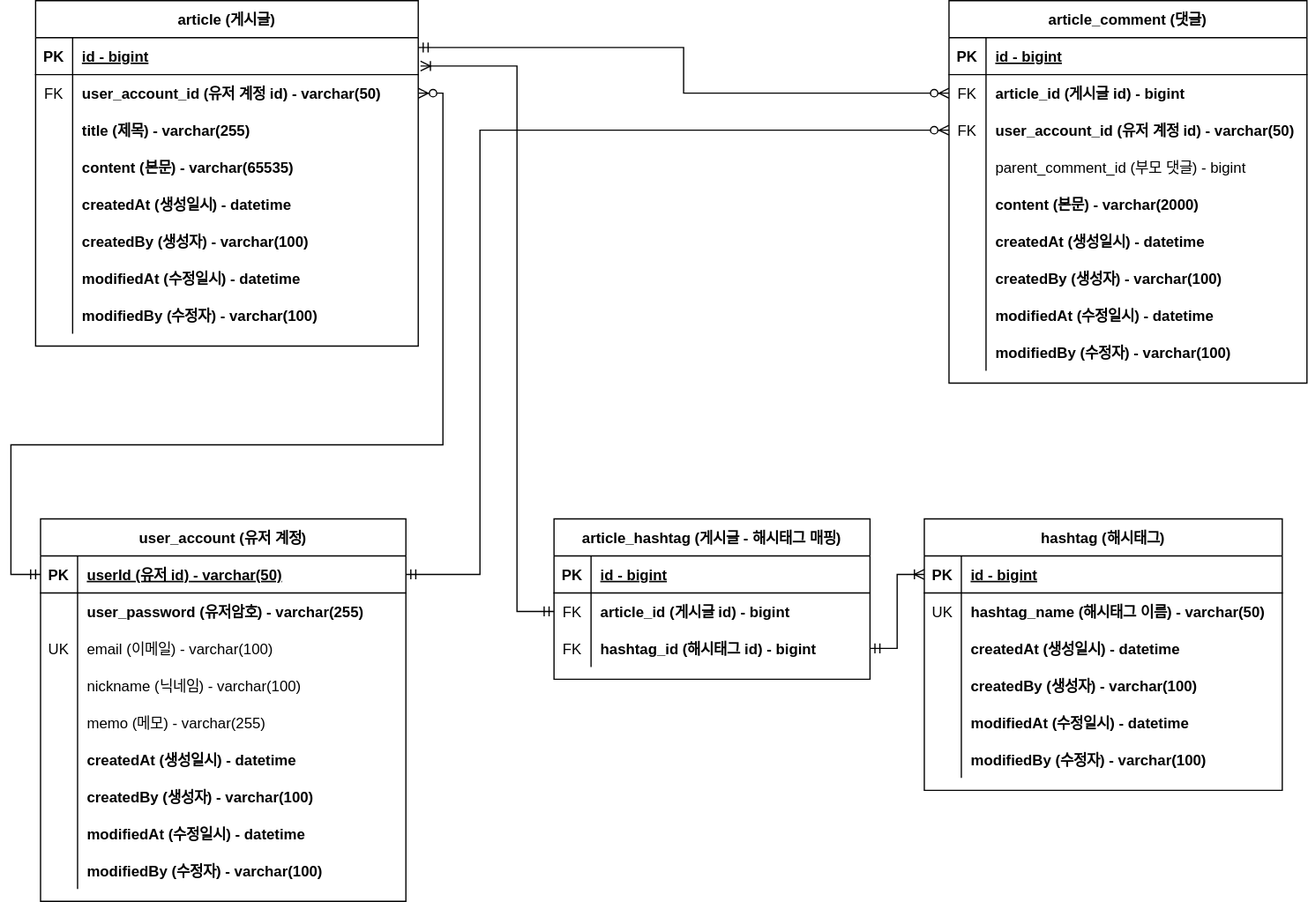
The draw.io diagram doc/project-board-erd.svg in imhungry2/fastcampus-project-board, before a commit. Source tidied: cells renumbered, new cells last; positions are measured from the earlier drawing's top-left corner, leaving out a move shared by most shapes.
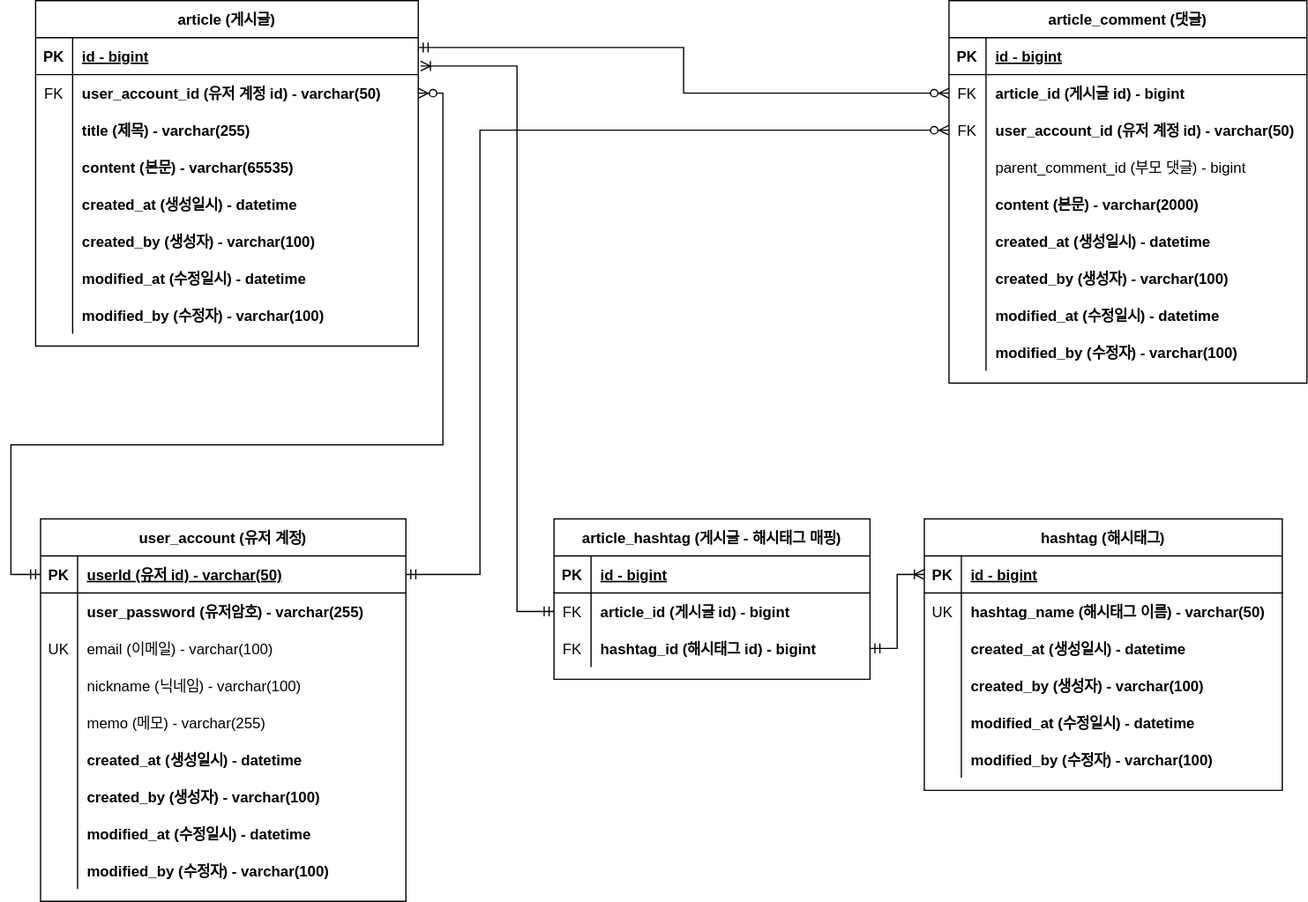
The same file after the commit.

The edit, as a diff of the source:
```diff
@@ -47,7 +47,7 @@
     <mxCell id="16" style="shape=partialRectangle;fillColor=none;top=0;left=0;bottom=0;right=0;overflow=hidden;" parent="15" vertex="1">
       <mxGeometry width="30" height="30" as="geometry" />
     </mxCell>
-    <mxCell id="17" value="createdAt (생성일시) - datetime" style="shape=partialRectangle;fillColor=none;top=0;left=0;bottom=0;right=0;align=left;spacingLeft=6;overflow=hidden;fontStyle=1;" parent="15" vertex="1">
+    <mxCell id="17" value="created_at (생성일시) - datetime" style="shape=partialRectangle;fillColor=none;top=0;left=0;bottom=0;right=0;align=left;spacingLeft=6;overflow=hidden;fontStyle=1;" parent="15" vertex="1">
       <mxGeometry x="30" width="280" height="30" as="geometry" />
     </mxCell>
     <mxCell id="18" style="shape=tableRow;horizontal=0;startSize=0;swimlaneHead=0;swimlaneBody=0;fillColor=none;top=0;left=0;right=0;bottom=0;" parent="2" vertex="1">
@@ -56,7 +56,7 @@
     <mxCell id="19" style="shape=partialRectangle;fillColor=none;top=0;left=0;bottom=0;right=0;overflow=hidden;" parent="18" vertex="1">
       <mxGeometry width="30" height="30" as="geometry" />
     </mxCell>
-    <mxCell id="20" value="createdBy (생성자) - varchar(100)" style="shape=partialRectangle;fillColor=none;top=0;left=0;bottom=0;right=0;align=left;spacingLeft=6;overflow=hidden;fontStyle=1;" parent="18" vertex="1">
+    <mxCell id="20" value="created_by (생성자) - varchar(100)" style="shape=partialRectangle;fillColor=none;top=0;left=0;bottom=0;right=0;align=left;spacingLeft=6;overflow=hidden;fontStyle=1;" parent="18" vertex="1">
       <mxGeometry x="30" width="280" height="30" as="geometry" />
     </mxCell>
     <mxCell id="21" style="shape=tableRow;horizontal=0;startSize=0;swimlaneHead=0;swimlaneBody=0;fillColor=none;top=0;left=0;right=0;bottom=0;" parent="2" vertex="1">
@@ -65,7 +65,7 @@
     <mxCell id="22" style="shape=partialRectangle;fillColor=none;top=0;left=0;bottom=0;right=0;overflow=hidden;" parent="21" vertex="1">
       <mxGeometry width="30" height="30" as="geometry" />
     </mxCell>
-    <mxCell id="23" value="modifiedAt (수정일시) - datetime" style="shape=partialRectangle;fillColor=none;top=0;left=0;bottom=0;right=0;align=left;spacingLeft=6;overflow=hidden;fontStyle=1;" parent="21" vertex="1">
+    <mxCell id="23" value="modified_at (수정일시) - datetime" style="shape=partialRectangle;fillColor=none;top=0;left=0;bottom=0;right=0;align=left;spacingLeft=6;overflow=hidden;fontStyle=1;" parent="21" vertex="1">
       <mxGeometry x="30" width="280" height="30" as="geometry" />
     </mxCell>
     <mxCell id="24" style="shape=tableRow;horizontal=0;startSize=0;swimlaneHead=0;swimlaneBody=0;fillColor=none;top=0;left=0;right=0;bottom=0;" parent="2" vertex="1">
@@ -74,7 +74,7 @@
     <mxCell id="25" style="shape=partialRectangle;fillColor=none;top=0;left=0;bottom=0;right=0;overflow=hidden;" parent="24" vertex="1">
       <mxGeometry width="30" height="30" as="geometry" />
     </mxCell>
-    <mxCell id="26" value="modifiedBy (수정자) - varchar(100)" style="shape=partialRectangle;fillColor=none;top=0;left=0;bottom=0;right=0;align=left;spacingLeft=6;overflow=hidden;fontStyle=1;" parent="24" vertex="1">
+    <mxCell id="26" value="modified_by (수정자) - varchar(100)" style="shape=partialRectangle;fillColor=none;top=0;left=0;bottom=0;right=0;align=left;spacingLeft=6;overflow=hidden;fontStyle=1;" parent="24" vertex="1">
       <mxGeometry x="30" width="280" height="30" as="geometry" />
     </mxCell>
     <mxCell id="27" value="article_comment (댓글)" style="shape=table;startSize=30;rowLines=0;fontStyle=1;align=center;" parent="1" vertex="1">
@@ -131,7 +131,7 @@
     <mxCell id="44" style="shape=partialRectangle;fillColor=none;top=0;left=0;bottom=0;right=0;overflow=hidden;" parent="43" vertex="1">
       <mxGeometry width="30" height="30" as="geometry" />
     </mxCell>
-    <mxCell id="45" value="createdAt (생성일시) - datetime" style="shape=partialRectangle;fillColor=none;top=0;left=0;bottom=0;right=0;align=left;spacingLeft=6;overflow=hidden;fontStyle=1;" parent="43" vertex="1">
+    <mxCell id="45" value="created_at (생성일시) - datetime" style="shape=partialRectangle;fillColor=none;top=0;left=0;bottom=0;right=0;align=left;spacingLeft=6;overflow=hidden;fontStyle=1;" parent="43" vertex="1">
       <mxGeometry x="30" width="260" height="30" as="geometry" />
     </mxCell>
     <mxCell id="46" style="shape=tableRow;horizontal=0;startSize=0;swimlaneHead=0;swimlaneBody=0;fillColor=none;top=0;left=0;right=0;bottom=0;" parent="27" vertex="1">
@@ -140,7 +140,7 @@
     <mxCell id="47" style="shape=partialRectangle;fillColor=none;top=0;left=0;bottom=0;right=0;overflow=hidden;" parent="46" vertex="1">
       <mxGeometry width="30" height="30" as="geometry" />
     </mxCell>
-    <mxCell id="48" value="createdBy (생성자) - varchar(100)" style="shape=partialRectangle;fillColor=none;top=0;left=0;bottom=0;right=0;align=left;spacingLeft=6;overflow=hidden;fontStyle=1;" parent="46" vertex="1">
+    <mxCell id="48" value="created_by (생성자) - varchar(100)" style="shape=partialRectangle;fillColor=none;top=0;left=0;bottom=0;right=0;align=left;spacingLeft=6;overflow=hidden;fontStyle=1;" parent="46" vertex="1">
       <mxGeometry x="30" width="260" height="30" as="geometry" />
     </mxCell>
     <mxCell id="49" style="shape=tableRow;horizontal=0;startSize=0;swimlaneHead=0;swimlaneBody=0;fillColor=none;top=0;left=0;right=0;bottom=0;" parent="27" vertex="1">
@@ -149,7 +149,7 @@
     <mxCell id="50" style="shape=partialRectangle;fillColor=none;top=0;left=0;bottom=0;right=0;overflow=hidden;" parent="49" vertex="1">
       <mxGeometry width="30" height="30" as="geometry" />
     </mxCell>
-    <mxCell id="51" value="modifiedAt (수정일시) - datetime" style="shape=partialRectangle;fillColor=none;top=0;left=0;bottom=0;right=0;align=left;spacingLeft=6;overflow=hidden;fontStyle=1;" parent="49" vertex="1">
+    <mxCell id="51" value="modified_at (수정일시) - datetime" style="shape=partialRectangle;fillColor=none;top=0;left=0;bottom=0;right=0;align=left;spacingLeft=6;overflow=hidden;fontStyle=1;" parent="49" vertex="1">
       <mxGeometry x="30" width="260" height="30" as="geometry" />
     </mxCell>
     <mxCell id="52" style="shape=tableRow;horizontal=0;startSize=0;swimlaneHead=0;swimlaneBody=0;fillColor=none;top=0;left=0;right=0;bottom=0;" parent="27" vertex="1">
@@ -158,7 +158,7 @@
     <mxCell id="53" style="shape=partialRectangle;fillColor=none;top=0;left=0;bottom=0;right=0;overflow=hidden;" parent="52" vertex="1">
       <mxGeometry width="30" height="30" as="geometry" />
     </mxCell>
-    <mxCell id="54" value="modifiedBy (수정자) - varchar(100)" style="shape=partialRectangle;fillColor=none;top=0;left=0;bottom=0;right=0;align=left;spacingLeft=6;overflow=hidden;fontStyle=1;" parent="52" vertex="1">
+    <mxCell id="54" value="modified_by (수정자) - varchar(100)" style="shape=partialRectangle;fillColor=none;top=0;left=0;bottom=0;right=0;align=left;spacingLeft=6;overflow=hidden;fontStyle=1;" parent="52" vertex="1">
       <mxGeometry x="30" width="260" height="30" as="geometry" />
     </mxCell>
     <mxCell id="55" style="edgeStyle=orthogonalEdgeStyle;fontSize=12;html=1;endArrow=ERzeroToMany;startArrow=ERmandOne;rounded=0;entryX=0;entryY=0.5;entryDx=0;entryDy=0;exitX=1;exitY=0.267;exitDx=0;exitDy=0;exitPerimeter=0;" parent="1" edge="1" source="3" target="31">
@@ -218,7 +218,7 @@
     <mxCell id="73" style="shape=partialRectangle;fillColor=none;top=0;left=0;bottom=0;right=0;overflow=hidden;" parent="72" vertex="1">
       <mxGeometry width="30" height="30" as="geometry" />
     </mxCell>
-    <mxCell id="74" value="createdAt (생성일시) - datetime" style="shape=partialRectangle;fillColor=none;top=0;left=0;bottom=0;right=0;align=left;spacingLeft=6;overflow=hidden;fontStyle=1;" parent="72" vertex="1">
+    <mxCell id="74" value="created_at (생성일시) - datetime" style="shape=partialRectangle;fillColor=none;top=0;left=0;bottom=0;right=0;align=left;spacingLeft=6;overflow=hidden;fontStyle=1;" parent="72" vertex="1">
       <mxGeometry x="30" width="266" height="30" as="geometry" />
     </mxCell>
     <mxCell id="75" style="shape=tableRow;horizontal=0;startSize=0;swimlaneHead=0;swimlaneBody=0;fillColor=none;top=0;left=0;right=0;bottom=0;" parent="56" vertex="1">
@@ -227,7 +227,7 @@
     <mxCell id="76" style="shape=partialRectangle;fillColor=none;top=0;left=0;bottom=0;right=0;overflow=hidden;" parent="75" vertex="1">
       <mxGeometry width="30" height="30" as="geometry" />
     </mxCell>
-    <mxCell id="77" value="createdBy (생성자) - varchar(100)" style="shape=partialRectangle;fillColor=none;top=0;left=0;bottom=0;right=0;align=left;spacingLeft=6;overflow=hidden;fontStyle=1;" parent="75" vertex="1">
+    <mxCell id="77" value="created_by (생성자) - varchar(100)" style="shape=partialRectangle;fillColor=none;top=0;left=0;bottom=0;right=0;align=left;spacingLeft=6;overflow=hidden;fontStyle=1;" parent="75" vertex="1">
       <mxGeometry x="30" width="266" height="30" as="geometry" />
     </mxCell>
     <mxCell id="78" style="shape=tableRow;horizontal=0;startSize=0;swimlaneHead=0;swimlaneBody=0;fillColor=none;top=0;left=0;right=0;bottom=0;" parent="56" vertex="1">
@@ -236,7 +236,7 @@
     <mxCell id="79" style="shape=partialRectangle;fillColor=none;top=0;left=0;bottom=0;right=0;overflow=hidden;" parent="78" vertex="1">
       <mxGeometry width="30" height="30" as="geometry" />
     </mxCell>
-    <mxCell id="80" value="modifiedAt (수정일시) - datetime" style="shape=partialRectangle;fillColor=none;top=0;left=0;bottom=0;right=0;align=left;spacingLeft=6;overflow=hidden;fontStyle=1;" parent="78" vertex="1">
+    <mxCell id="80" value="modified_at (수정일시) - datetime" style="shape=partialRectangle;fillColor=none;top=0;left=0;bottom=0;right=0;align=left;spacingLeft=6;overflow=hidden;fontStyle=1;" parent="78" vertex="1">
       <mxGeometry x="30" width="266" height="30" as="geometry" />
     </mxCell>
     <mxCell id="81" style="shape=tableRow;horizontal=0;startSize=0;swimlaneHead=0;swimlaneBody=0;fillColor=none;top=0;left=0;right=0;bottom=0;" parent="56" vertex="1">
@@ -245,7 +245,7 @@
     <mxCell id="82" style="shape=partialRectangle;fillColor=none;top=0;left=0;bottom=0;right=0;overflow=hidden;" parent="81" vertex="1">
       <mxGeometry width="30" height="30" as="geometry" />
     </mxCell>
-    <mxCell id="83" value="modifiedBy (수정자) - varchar(100)" style="shape=partialRectangle;fillColor=none;top=0;left=0;bottom=0;right=0;align=left;spacingLeft=6;overflow=hidden;fontStyle=1;" parent="81" vertex="1">
+    <mxCell id="83" value="modified_by (수정자) - varchar(100)" style="shape=partialRectangle;fillColor=none;top=0;left=0;bottom=0;right=0;align=left;spacingLeft=6;overflow=hidden;fontStyle=1;" parent="81" vertex="1">
       <mxGeometry x="30" width="266" height="30" as="geometry" />
     </mxCell>
     <mxCell id="84" style="edgeStyle=orthogonalEdgeStyle;fontSize=12;html=1;endArrow=ERzeroToMany;startArrow=ERmandOne;rounded=0;elbow=vertical;exitX=1;exitY=0.5;exitDx=0;exitDy=0;entryX=0;entryY=0.5;entryDx=0;entryDy=0;" parent="1" edge="1" source="57" target="34">
@@ -293,7 +293,7 @@
     <mxCell id="94" style="shape=partialRectangle;fillColor=none;top=0;left=0;bottom=0;right=0;overflow=hidden;" parent="93" vertex="1">
       <mxGeometry width="30" height="30" as="geometry" />
     </mxCell>
-    <mxCell id="95" value="createdAt (생성일시) - datetime" style="shape=partialRectangle;fillColor=none;top=0;left=0;bottom=0;right=0;align=left;spacingLeft=6;overflow=hidden;fontStyle=1;" parent="93" vertex="1">
+    <mxCell id="95" value="created_at (생성일시) - datetime" style="shape=partialRectangle;fillColor=none;top=0;left=0;bottom=0;right=0;align=left;spacingLeft=6;overflow=hidden;fontStyle=1;" parent="93" vertex="1">
       <mxGeometry x="30" width="260" height="30" as="geometry" />
     </mxCell>
     <mxCell id="96" style="shape=tableRow;horizontal=0;startSize=0;swimlaneHead=0;swimlaneBody=0;fillColor=none;top=0;left=0;right=0;bottom=0;" parent="86" vertex="1">
@@ -302,7 +302,7 @@
     <mxCell id="97" style="shape=partialRectangle;fillColor=none;top=0;left=0;bottom=0;right=0;overflow=hidden;" parent="96" vertex="1">
       <mxGeometry width="30" height="30" as="geometry" />
     </mxCell>
-    <mxCell id="98" value="createdBy (생성자) - varchar(100)" style="shape=partialRectangle;fillColor=none;top=0;left=0;bottom=0;right=0;align=left;spacingLeft=6;overflow=hidden;fontStyle=1;" parent="96" vertex="1">
+    <mxCell id="98" value="created_by (생성자) - varchar(100)" style="shape=partialRectangle;fillColor=none;top=0;left=0;bottom=0;right=0;align=left;spacingLeft=6;overflow=hidden;fontStyle=1;" parent="96" vertex="1">
       <mxGeometry x="30" width="260" height="30" as="geometry" />
     </mxCell>
     <mxCell id="99" style="shape=tableRow;horizontal=0;startSize=0;swimlaneHead=0;swimlaneBody=0;fillColor=none;top=0;left=0;right=0;bottom=0;" parent="86" vertex="1">
@@ -311,7 +311,7 @@
     <mxCell id="100" style="shape=partialRectangle;fillColor=none;top=0;left=0;bottom=0;right=0;overflow=hidden;" parent="99" vertex="1">
       <mxGeometry width="30" height="30" as="geometry" />
     </mxCell>
-    <mxCell id="101" value="modifiedAt (수정일시) - datetime" style="shape=partialRectangle;fillColor=none;top=0;left=0;bottom=0;right=0;align=left;spacingLeft=6;overflow=hidden;fontStyle=1;" parent="99" vertex="1">
+    <mxCell id="101" value="modified_at (수정일시) - datetime" style="shape=partialRectangle;fillColor=none;top=0;left=0;bottom=0;right=0;align=left;spacingLeft=6;overflow=hidden;fontStyle=1;" parent="99" vertex="1">
       <mxGeometry x="30" width="260" height="30" as="geometry" />
     </mxCell>
     <mxCell id="102" style="shape=tableRow;horizontal=0;startSize=0;swimlaneHead=0;swimlaneBody=0;fillColor=none;top=0;left=0;right=0;bottom=0;" parent="86" vertex="1">
@@ -320,7 +320,7 @@
     <mxCell id="103" style="shape=partialRectangle;fillColor=none;top=0;left=0;bottom=0;right=0;overflow=hidden;" parent="102" vertex="1">
       <mxGeometry width="30" height="30" as="geometry" />
     </mxCell>
-    <mxCell id="104" value="modifiedBy (수정자) - varchar(100)" style="shape=partialRectangle;fillColor=none;top=0;left=0;bottom=0;right=0;align=left;spacingLeft=6;overflow=hidden;fontStyle=1;" parent="102" vertex="1">
+    <mxCell id="104" value="modified_by (수정자) - varchar(100)" style="shape=partialRectangle;fillColor=none;top=0;left=0;bottom=0;right=0;align=left;spacingLeft=6;overflow=hidden;fontStyle=1;" parent="102" vertex="1">
       <mxGeometry x="30" width="260" height="30" as="geometry" />
     </mxCell>
     <mxCell id="105" value="article_hashtag (게시글 - 해시태그 매핑)" style="shape=table;startSize=30;rowLines=0;fontStyle=1;align=center;" parent="1" vertex="1">
```
